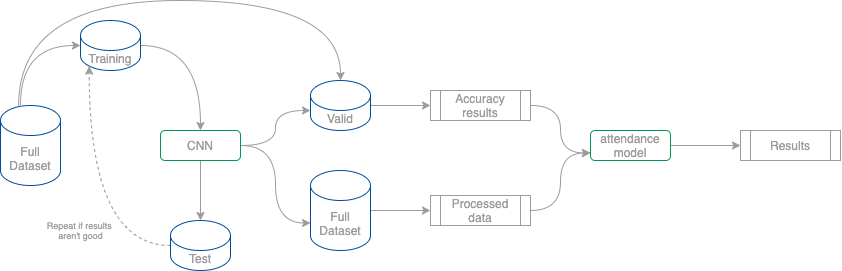
Before: documents/flow.drawio.png, a diagram exported from draw.io (robert-sipho/pefa_nest-cam). Source tidied: cells renumbered, new cells last; positions are measured from the earlier drawing's top-left corner, leaving out a move shared by most shapes.
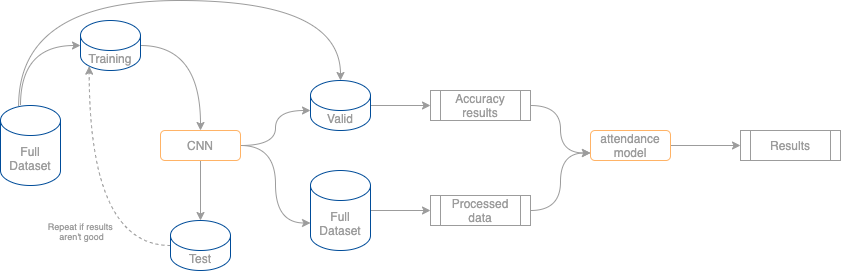
After the change.

What changed in the source:
```diff
@@ -39,7 +39,7 @@
     <mxCell id="9" style="edgeStyle=orthogonalEdgeStyle;curved=1;sketch=0;jettySize=auto;html=1;entryX=0;entryY=0;entryDx=0;entryDy=30;entryPerimeter=0;strokeColor=#9C9C9C;fontColor=#9C9C9C;" parent="1" edge="1" source="10" target="17">
       <mxGeometry relative="1" as="geometry" />
     </mxCell>
-    <mxCell id="10" value="CNN" style="rounded=1;whiteSpace=wrap;html=1;sketch=0;fillColor=none;fontColor=#9C9C9C;strokeColor=#00994D;" parent="1" vertex="1">
+    <mxCell id="10" value="CNN" style="rounded=1;whiteSpace=wrap;html=1;sketch=0;fillColor=none;fontColor=#9C9C9C;strokeColor=#FFB366;" parent="1" vertex="1">
       <mxGeometry x="160" y="130" width="80" height="30" as="geometry" />
     </mxCell>
     <mxCell id="11" style="edgeStyle=orthogonalEdgeStyle;curved=1;sketch=0;jettySize=auto;html=1;entryX=0.145;entryY=1;entryDx=0;entryDy=-4.35;entryPerimeter=0;strokeColor=#9C9C9C;fontColor=#9C9C9C;dashed=1;" parent="1" edge="1" source="13" target="6">
@@ -80,7 +80,7 @@
     <mxCell id="22" style="edgeStyle=orthogonalEdgeStyle;curved=1;sketch=0;jettySize=auto;html=1;strokeColor=#9C9C9C;fontColor=#9C9C9C;" parent="1" edge="1" source="23" target="24">
       <mxGeometry relative="1" as="geometry" />
     </mxCell>
-    <mxCell id="23" value="attendance model" style="rounded=1;whiteSpace=wrap;html=1;sketch=0;fillColor=none;fontColor=#9C9C9C;strokeColor=#00994D;" parent="1" vertex="1">
+    <mxCell id="23" value="attendance model" style="rounded=1;whiteSpace=wrap;html=1;sketch=0;fillColor=none;fontColor=#9C9C9C;strokeColor=#FFB366;" parent="1" vertex="1">
       <mxGeometry x="590" y="130" width="80" height="30" as="geometry" />
     </mxCell>
     <mxCell id="24" value="Results" style="shape=process;whiteSpace=wrap;html=1;backgroundOutline=1;rounded=0;sketch=0;strokeColor=#9C9C9C;fillColor=none;fontColor=#9C9C9C;" parent="1" vertex="1">
```
